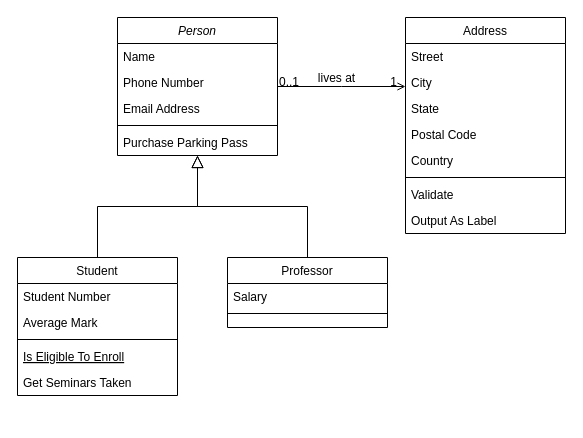
This is files/ProgamaçãoOrientadoAoTurismo.drawio from ArtKina/MC322, a draw.io file, before an edit. Source tidied: cells renumbered, new cells numbered last; positions are measured from the earlier drawing's top-left corner, leaving out a move shared by most shapes. Both pictures are drawn from the tidied source at 100%, with x=0, y=0 at pixel (17, 17).
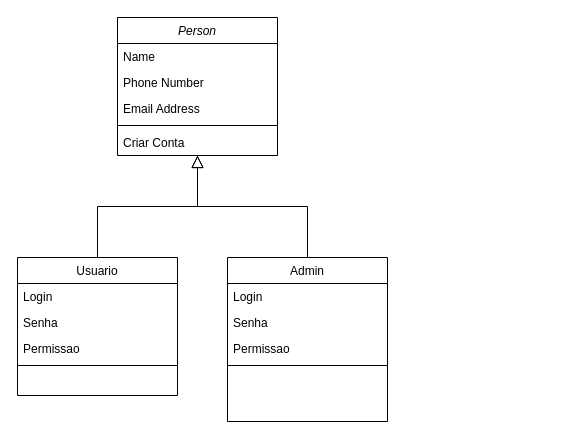
Above is the later version.

The change refers to these unchanged cells:
```xml
<mxCell id="2" value="Person" style="swimlane;fontStyle=2;align=center;verticalAlign=top;horizontal=1;startSize=26;rounded=0;shadow=0;strokeWidth=1;" parent="1" vertex="1">
  <mxGeometry x="100" width="160" height="138" as="geometry" />
</mxCell>
```

What changed in the source:
```diff
@@
-    <mxCell id="7" value="Purchase Parking Pass" style="text;align=left;verticalAlign=top;spacingLeft=4;spacingRight=4;overflow=hidden;" parent="2" vertex="1">
-      <mxGeometry y="112" width="160" height="26" as="geometry" />
-    </mxCell>
+    <mxCell id="32" value="Criar Conta" style="text;align=left;verticalAlign=top;spacingLeft=4;spacingRight=4;overflow=hidden;rounded=0;shadow=0;html=0;" parent="2" vertex="1">
+      <mxGeometry y="112" width="160" height="26" as="geometry" />
+    </mxCell>
-    <mxCell id="8" value="Student" style="swimlane;fontStyle=0;align=center;verticalAlign=top;horizontal=1;startSize=26;rounded=0;shadow=0;strokeWidth=1;" parent="1" vertex="1">
+    <mxCell id="8" value="Usuario" style="swimlane;fontStyle=0;align=center;verticalAlign=top;horizontal=1;startSize=26;rounded=0;shadow=0;strokeWidth=1;" parent="1" vertex="1">
       <mxGeometry y="240" width="160" height="138" as="geometry" />
     </mxCell>
-    <mxCell id="9" value="Student Number" style="text;align=left;verticalAlign=top;spacingLeft=4;spacingRight=4;overflow=hidden;" parent="8" vertex="1">
+    <mxCell id="9" value="Login" style="text;align=left;verticalAlign=top;spacingLeft=4;spacingRight=4;overflow=hidden;" parent="8" vertex="1">
       <mxGeometry y="26" width="160" height="26" as="geometry" />
     </mxCell>
-    <mxCell id="10" value="Average Mark" style="text;align=left;verticalAlign=top;spacingLeft=4;spacingRight=4;overflow=hidden;rounded=0;shadow=0;html=0;" parent="8" vertex="1">
+    <mxCell id="10" value="Senha" style="text;align=left;verticalAlign=top;spacingLeft=4;spacingRight=4;overflow=hidden;rounded=0;shadow=0;html=0;" parent="8" vertex="1">
       <mxGeometry y="52" width="160" height="26" as="geometry" />
     </mxCell>
+    <mxCell id="13" value="Permissao" style="text;align=left;verticalAlign=top;spacingLeft=4;spacingRight=4;overflow=hidden;" parent="8" vertex="1">
+      <mxGeometry y="78" width="160" height="26" as="geometry" />
+    </mxCell>
     <mxCell id="11" style="line;html=1;strokeWidth=1;align=left;verticalAlign=middle;spacingTop=-1;spacingLeft=3;spacingRight=3;labelPosition=right;" parent="8" vertex="1">
-      <mxGeometry y="78" width="160" height="8" as="geometry" />
+      <mxGeometry y="104" width="160" height="8" as="geometry" />
     </mxCell>
-    <mxCell id="12" value="Is Eligible To Enroll" style="text;align=left;verticalAlign=top;spacingLeft=4;spacingRight=4;overflow=hidden;fontStyle=4;" parent="8" vertex="1">
-      <mxGeometry y="86" width="160" height="26" as="geometry" />
-    </mxCell>
-    <mxCell id="13" value="Get Seminars Taken" style="text;align=left;verticalAlign=top;spacingLeft=4;spacingRight=4;overflow=hidden;" parent="8" vertex="1">
-      <mxGeometry y="112" width="160" height="26" as="geometry" />
-    </mxCell>
@@
-    <mxCell id="15" value="Professor" style="swimlane;fontStyle=0;align=center;verticalAlign=top;horizontal=1;startSize=26;rounded=0;shadow=0;strokeWidth=1;" parent="1" vertex="1">
-      <mxGeometry x="210" y="240" width="160" height="70" as="geometry" />
+    <mxCell id="15" value="Admin" style="swimlane;fontStyle=0;align=center;verticalAlign=top;horizontal=1;startSize=26;rounded=0;shadow=0;strokeWidth=1;" parent="1" vertex="1">
+      <mxGeometry x="210" y="240" width="160" height="164" as="geometry" />
     </mxCell>
-    <mxCell id="16" value="Salary" style="text;align=left;verticalAlign=top;spacingLeft=4;spacingRight=4;overflow=hidden;" parent="15" vertex="1">
+    <mxCell id="16" value="Login" style="text;align=left;verticalAlign=top;spacingLeft=4;spacingRight=4;overflow=hidden;" parent="15" vertex="1">
       <mxGeometry y="26" width="160" height="26" as="geometry" />
     </mxCell>
+    <mxCell id="33" value="Senha" style="text;align=left;verticalAlign=top;spacingLeft=4;spacingRight=4;overflow=hidden;" parent="15" vertex="1">
+      <mxGeometry y="52" width="160" height="26" as="geometry" />
+    </mxCell>
+    <mxCell id="34" value="Permissao" style="text;align=left;verticalAlign=top;spacingLeft=4;spacingRight=4;overflow=hidden;" parent="15" vertex="1">
+      <mxGeometry y="78" width="160" height="26" as="geometry" />
+    </mxCell>
     <mxCell id="17" style="line;html=1;strokeWidth=1;align=left;verticalAlign=middle;spacingTop=-1;spacingLeft=3;spacingRight=3;labelPosition=right;" parent="15" vertex="1">
-      <mxGeometry y="52" width="160" height="8" as="geometry" />
+      <mxGeometry y="104" width="160" height="8" as="geometry" />
     </mxCell>
@@
-    <mxCell id="19" value="Address" style="swimlane;fontStyle=0;align=center;verticalAlign=top;horizontal=1;startSize=26;rounded=0;shadow=0;strokeWidth=1;" parent="1" vertex="1">
-      <mxGeometry x="388" width="160" height="216" as="geometry" />
-    </mxCell>
-    <mxCell id="20" value="Street" style="text;align=left;verticalAlign=top;spacingLeft=4;spacingRight=4;overflow=hidden;" parent="19" vertex="1">
-      <mxGeometry y="26" width="160" height="26" as="geometry" />
-    </mxCell>
-    <mxCell id="21" value="City" style="text;align=left;verticalAlign=top;spacingLeft=4;spacingRight=4;overflow=hidden;rounded=0;shadow=0;html=0;" parent="19" vertex="1">
-      <mxGeometry y="52" width="160" height="26" as="geometry" />
-    </mxCell>
-    <mxCell id="22" value="State" style="text;align=left;verticalAlign=top;spacingLeft=4;spacingRight=4;overflow=hidden;rounded=0;shadow=0;html=0;" parent="19" vertex="1">
-      <mxGeometry y="78" width="160" height="26" as="geometry" />
-    </mxCell>
-    <mxCell id="23" value="Postal Code" style="text;align=left;verticalAlign=top;spacingLeft=4;spacingRight=4;overflow=hidden;rounded=0;shadow=0;html=0;" parent="19" vertex="1">
-      <mxGeometry y="104" width="160" height="26" as="geometry" />
-    </mxCell>
-    <mxCell id="24" value="Country" style="text;align=left;verticalAlign=top;spacingLeft=4;spacingRight=4;overflow=hidden;rounded=0;shadow=0;html=0;" parent="19" vertex="1">
-      <mxGeometry y="130" width="160" height="26" as="geometry" />
-    </mxCell>
-    <mxCell id="25" style="line;html=1;strokeWidth=1;align=left;verticalAlign=middle;spacingTop=-1;spacingLeft=3;spacingRight=3;labelPosition=right;" parent="19" vertex="1">
-      <mxGeometry y="156" width="160" height="8" as="geometry" />
-    </mxCell>
-    <mxCell id="26" value="Validate" style="text;align=left;verticalAlign=top;spacingLeft=4;spacingRight=4;overflow=hidden;" parent="19" vertex="1">
-      <mxGeometry y="164" width="160" height="26" as="geometry" />
-    </mxCell>
-    <mxCell id="27" value="Output As Label" style="text;align=left;verticalAlign=top;spacingLeft=4;spacingRight=4;overflow=hidden;" parent="19" vertex="1">
-      <mxGeometry y="190" width="160" height="26" as="geometry" />
-    </mxCell>
-    <mxCell id="28" style="endArrow=open;shadow=0;strokeWidth=1;rounded=0;endFill=1;edgeStyle=elbowEdgeStyle;elbow=vertical;" parent="1" edge="1" source="2" target="19">
-      <mxGeometry x="0.5" y="41" relative="1" as="geometry">
-        <mxPoint x="-40" y="32" as="offset" />
-      </mxGeometry>
-    </mxCell>
-    <mxCell id="29" value="0..1" style="align=left;verticalAlign=bottom;labelBackgroundColor=none;fontSize=12;" parent="28" vertex="1">
-      <mxGeometry x="-1" relative="1" as="geometry">
-        <mxPoint y="4" as="offset" />
-      </mxGeometry>
-    </mxCell>
-    <mxCell id="30" value="1" style="align=right;verticalAlign=bottom;labelBackgroundColor=none;fontSize=12;" parent="28" vertex="1">
-      <mxGeometry x="1" relative="1" as="geometry">
-        <mxPoint x="-7" y="4" as="offset" />
-      </mxGeometry>
-    </mxCell>
-    <mxCell id="31" value="lives at" style="text;html=1;align=center;verticalAlign=middle;labelBackgroundColor=none;rounded=0;shadow=0;strokeWidth=1;fontSize=12;" parent="28" vertex="1">
-      <mxGeometry x="0.5" y="49" relative="1" as="geometry">
-        <mxPoint x="-38" y="40" as="offset" />
-      </mxGeometry>
-    </mxCell>
```
